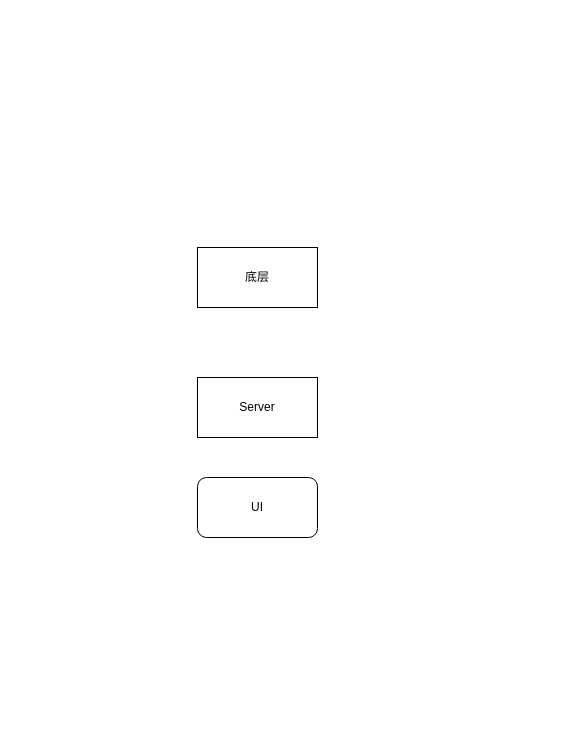
sowdf/works keeps this draw.io diagram as 未命名绘图.drawio. Above is the earlier version. Source tidied: cells renumbered, new cells numbered last; positions are measured from the earlier drawing's top-left corner, leaving out a move shared by most shapes. Both pictures are drawn from the tidied source at 100%, with x=0, y=0 at pixel (197, 247).
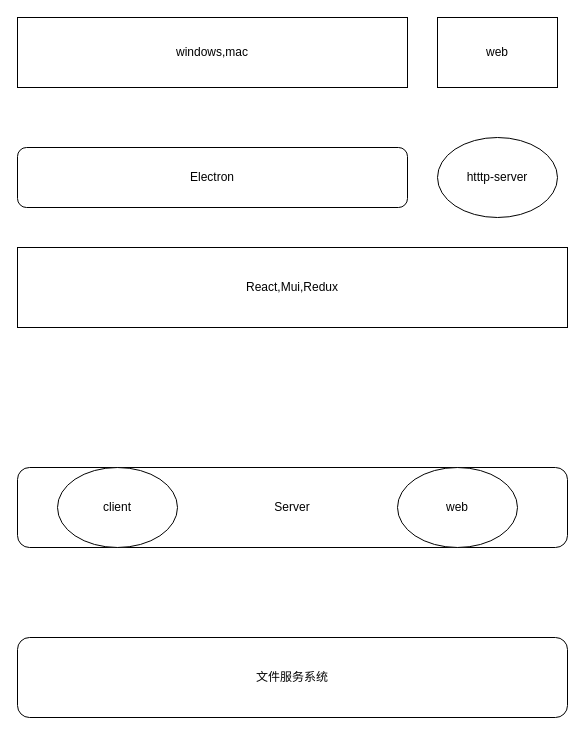
The same diagram, later.

Commit message:
更新未命名绘图.drawio

What changed in the source:
```diff
@@
 <mxGraphModel>
   <root>
     <mxCell id="0" />
     <mxCell id="1" parent="0" />
-    <mxCell id="2" value="Server" style="rounded=0;whiteSpace=wrap;html=1;" parent="1" vertex="1">
-      <mxGeometry y="130" width="120" height="60" as="geometry" />
+    <mxCell id="2" value="web" style="rounded=0;whiteSpace=wrap;html=1;" parent="1" vertex="1">
+      <mxGeometry x="240" y="-230" width="120" height="70" as="geometry" />
     </mxCell>
-    <mxCell id="3" value="UI" style="rounded=1;whiteSpace=wrap;html=1;" parent="1" vertex="1">
-      <mxGeometry y="230" width="120" height="60" as="geometry" />
+    <mxCell id="3" value="Server" style="rounded=1;whiteSpace=wrap;html=1;" parent="1" vertex="1">
+      <mxGeometry x="-180" y="220" width="550" height="80" as="geometry" />
     </mxCell>
-    <mxCell id="4" value="底层" style="rounded=0;whiteSpace=wrap;html=1;" parent="1" vertex="1">
-      <mxGeometry width="120" height="60" as="geometry" />
+    <mxCell id="4" value="windows,mac" style="rounded=0;whiteSpace=wrap;html=1;" parent="1" vertex="1">
+      <mxGeometry x="-180" y="-230" width="390" height="70" as="geometry" />
     </mxCell>
+    <mxCell id="5" value="Electron" style="rounded=1;whiteSpace=wrap;html=1;" parent="1" vertex="1">
+      <mxGeometry x="-180" y="-100" width="390" height="60" as="geometry" />
+    </mxCell>
+    <mxCell id="6" value="React,Mui,Redux" style="rounded=0;whiteSpace=wrap;html=1;" parent="1" vertex="1">
+      <mxGeometry x="-180" width="550" height="80" as="geometry" />
+    </mxCell>
+    <mxCell id="7" value="文件服务系统" style="rounded=1;whiteSpace=wrap;html=1;" parent="1" vertex="1">
+      <mxGeometry x="-180" y="390" width="550" height="80" as="geometry" />
+    </mxCell>
+    <mxCell id="8" value="htttp-server" style="ellipse;whiteSpace=wrap;html=1;" parent="1" vertex="1">
+      <mxGeometry x="240" y="-110" width="120" height="80" as="geometry" />
+    </mxCell>
+    <mxCell id="9" value="client" style="ellipse;whiteSpace=wrap;html=1;" parent="1" vertex="1">
+      <mxGeometry x="-140" y="220" width="120" height="80" as="geometry" />
+    </mxCell>
+    <mxCell id="10" value="web" style="ellipse;whiteSpace=wrap;html=1;" parent="1" vertex="1">
+      <mxGeometry x="200" y="220" width="120" height="80" as="geometry" />
+    </mxCell>
   </root>
 </mxGraphModel>
```
